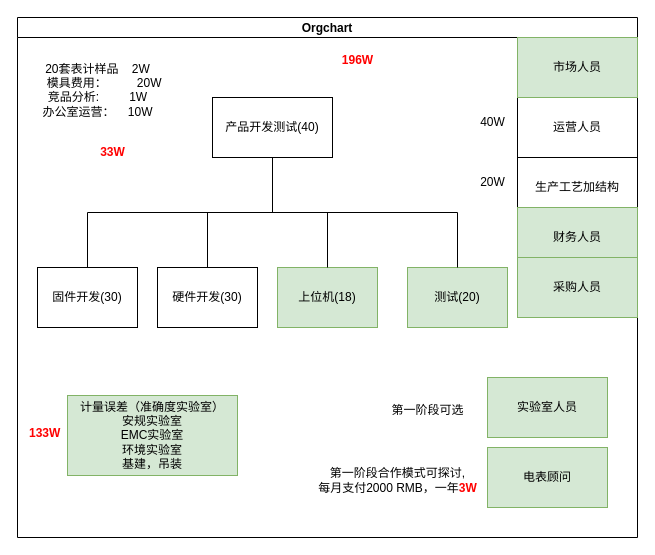
The draw.io diagram 开发团队.drawio in q30china/draw, before the edit. Source tidied: cells renumbered, new cells numbered last; positions are measured from the earlier drawing's top-left corner, leaving out a move shared by most shapes. Both pictures are drawn from the tidied source at 100%, with x=0, y=0 at pixel (17, 17).
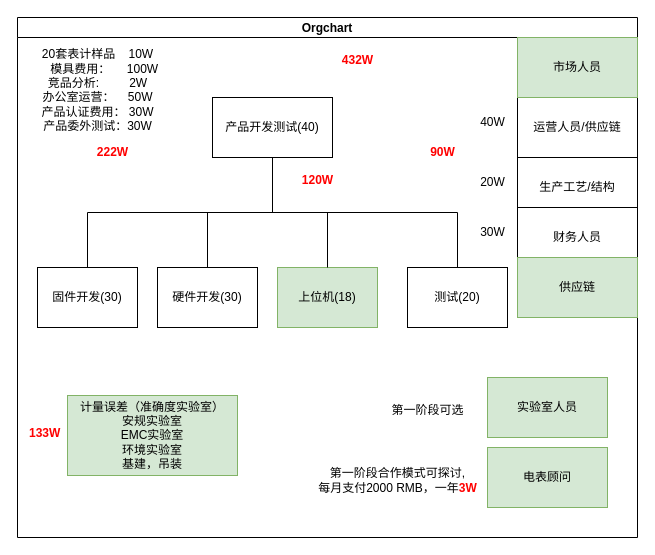
After the change.

Commit message:
更新开发团队.drawio

Unchanged cells that the change refers to:
```xml
<mxCell id="2" value="Orgchart" style="swimlane;startSize=20;horizontal=1;containerType=tree;newEdgeStyle={&quot;edgeStyle&quot;:&quot;elbowEdgeStyle&quot;,&quot;startArrow&quot;:&quot;none&quot;,&quot;endArrow&quot;:&quot;none&quot;};" parent="1" vertex="1">
  <mxGeometry width="620" height="520" as="geometry" />
</mxCell>
<mxCell id="12" style="group;" parent="2" vertex="1">
  <mxGeometry x="20" y="80" width="550" height="230" as="geometry" />
</mxCell>
```

What changed in the source:
```diff
@@
-    <mxCell id="20" value="测试(20)" style="whiteSpace=wrap;html=1;align=center;verticalAlign=middle;newEdgeStyle={&quot;edgeStyle&quot;:&quot;elbowEdgeStyle&quot;,&quot;startArrow&quot;:&quot;none&quot;,&quot;endArrow&quot;:&quot;none&quot;};fillColor=#d5e8d4;strokeColor=#82b366;" parent="12" vertex="1" collapsed="1">
+    <mxCell id="20" value="测试(20)" style="whiteSpace=wrap;html=1;align=center;verticalAlign=middle;newEdgeStyle={&quot;edgeStyle&quot;:&quot;elbowEdgeStyle&quot;,&quot;startArrow&quot;:&quot;none&quot;,&quot;endArrow&quot;:&quot;none&quot;};" parent="12" vertex="1" collapsed="1">
       <mxGeometry x="370" y="170" width="100" height="60" as="geometry" />
     </mxCell>
@@
-    <mxCell id="22" value="运营人员" style="whiteSpace=wrap;html=1;" parent="12" vertex="1">
+    <mxCell id="22" value="运营人员/供应链" style="whiteSpace=wrap;html=1;" parent="12" vertex="1">
       <mxGeometry x="480" width="120" height="60" as="geometry" />
     </mxCell>
@@
+    <mxCell id="32" value="30W" style="text;html=1;align=center;verticalAlign=middle;strokeColor=none;fillColor=none;" parent="12" vertex="1">
+      <mxGeometry x="430" y="120" width="50" height="30" as="geometry" />
+    </mxCell>
+    <mxCell id="33" value="&lt;font style=&quot;color: rgb(255, 0, 0);&quot;&gt;&lt;b&gt;90W&lt;/b&gt;&lt;/font&gt;" style="text;html=1;align=center;verticalAlign=middle;strokeColor=none;fillColor=none;" parent="12" vertex="1">
+      <mxGeometry x="380" y="40" width="50" height="30" as="geometry" />
+    </mxCell>
@@
-    <mxCell id="26" value="生产工艺加结构" style="whiteSpace=wrap;html=1;" parent="2" vertex="1">
+    <mxCell id="26" value="生产工艺/结构" style="whiteSpace=wrap;html=1;" parent="2" vertex="1">
       <mxGeometry x="500" y="140" width="120" height="60" as="geometry" />
     </mxCell>
-    <mxCell id="27" value="20套表计样品&amp;nbsp; &amp;nbsp; 2W&lt;div&gt;&amp;nbsp; &amp;nbsp; 模具费用：&amp;nbsp; &amp;nbsp; &amp;nbsp; &amp;nbsp; &amp;nbsp;20W&lt;/div&gt;&lt;div&gt;&lt;span style=&quot;background-color: transparent; color: light-dark(rgb(0, 0, 0), rgb(255, 255, 255));&quot;&gt;竞品分析:&amp;nbsp; &amp;nbsp; &amp;nbsp; &amp;nbsp; &amp;nbsp;1W&lt;/span&gt;&lt;/div&gt;&lt;div&gt;办公室运营：&amp;nbsp; &amp;nbsp; 10W&lt;/div&gt;&lt;div&gt;&lt;br&gt;&lt;/div&gt;" style="text;html=1;align=center;verticalAlign=middle;strokeColor=none;fillColor=none;" parent="2" vertex="1">
-      <mxGeometry x="5" y="35" width="150" height="90" as="geometry" />
+    <mxCell id="27" value="20套表计样品&amp;nbsp; &amp;nbsp; 10W&lt;div&gt;&amp;nbsp; &amp;nbsp; 模具费用：&amp;nbsp; &amp;nbsp; &amp;nbsp;100W&lt;/div&gt;&lt;div&gt;&lt;span style=&quot;background-color: transparent; color: light-dark(rgb(0, 0, 0), rgb(255, 255, 255));&quot;&gt;竞品分析:&amp;nbsp; &amp;nbsp; &amp;nbsp; &amp;nbsp; &amp;nbsp;2W&lt;/span&gt;&lt;/div&gt;&lt;div&gt;办公室运营：&amp;nbsp; &amp;nbsp; 50W&lt;/div&gt;&lt;div&gt;产品认证费用： 30W&lt;/div&gt;&lt;div&gt;产品委外测试：30W&lt;/div&gt;&lt;div&gt;&lt;br&gt;&lt;/div&gt;" style="text;html=1;align=center;verticalAlign=middle;strokeColor=none;fillColor=none;" parent="2" vertex="1">
+      <mxGeometry x="10" y="25" width="140" height="110" as="geometry" />
     </mxCell>
-    <mxCell id="28" value="财务人员" style="whiteSpace=wrap;html=1;fillColor=#d5e8d4;strokeColor=#82b366;" parent="1" vertex="1">
+    <mxCell id="28" value="财务人员" style="whiteSpace=wrap;html=1;" parent="1" vertex="1">
       <mxGeometry x="500" y="190" width="120" height="60" as="geometry" />
     </mxCell>
-    <mxCell id="29" value="采购人员" style="whiteSpace=wrap;html=1;fillColor=#d5e8d4;strokeColor=#82b366;" parent="1" vertex="1">
+    <mxCell id="29" value="供应链" style="whiteSpace=wrap;html=1;fillColor=#d5e8d4;strokeColor=#82b366;" parent="1" vertex="1">
       <mxGeometry x="500" y="240" width="120" height="60" as="geometry" />
     </mxCell>
-    <mxCell id="30" value="&lt;b&gt;&lt;font style=&quot;color: rgb(255, 0, 0);&quot;&gt;196W&lt;/font&gt;&lt;/b&gt;" style="text;html=1;align=center;verticalAlign=middle;strokeColor=none;fillColor=none;" parent="1" vertex="1">
+    <mxCell id="30" value="&lt;b&gt;&lt;font style=&quot;color: rgb(255, 0, 0);&quot;&gt;432W&lt;/font&gt;&lt;/b&gt;" style="text;html=1;align=center;verticalAlign=middle;strokeColor=none;fillColor=none;" parent="1" vertex="1">
       <mxGeometry x="315" y="28" width="50" height="30" as="geometry" />
     </mxCell>
-    <mxCell id="31" value="&lt;b&gt;&lt;font style=&quot;color: rgb(255, 0, 0);&quot;&gt;33W&lt;/font&gt;&lt;/b&gt;" style="text;html=1;align=center;verticalAlign=middle;strokeColor=none;fillColor=none;" parent="1" vertex="1">
+    <mxCell id="31" value="&lt;b&gt;&lt;font style=&quot;color: rgb(255, 0, 0);&quot;&gt;222W&lt;/font&gt;&lt;/b&gt;" style="text;html=1;align=center;verticalAlign=middle;strokeColor=none;fillColor=none;" parent="1" vertex="1">
       <mxGeometry x="70" y="120" width="50" height="30" as="geometry" />
     </mxCell>
+    <mxCell id="34" value="&lt;font style=&quot;color: rgb(255, 0, 0);&quot;&gt;&lt;b&gt;120W&lt;/b&gt;&lt;/font&gt;" style="text;html=1;align=center;verticalAlign=middle;strokeColor=none;fillColor=none;" parent="1" vertex="1">
+      <mxGeometry x="275" y="148" width="50" height="30" as="geometry" />
+    </mxCell>
```
